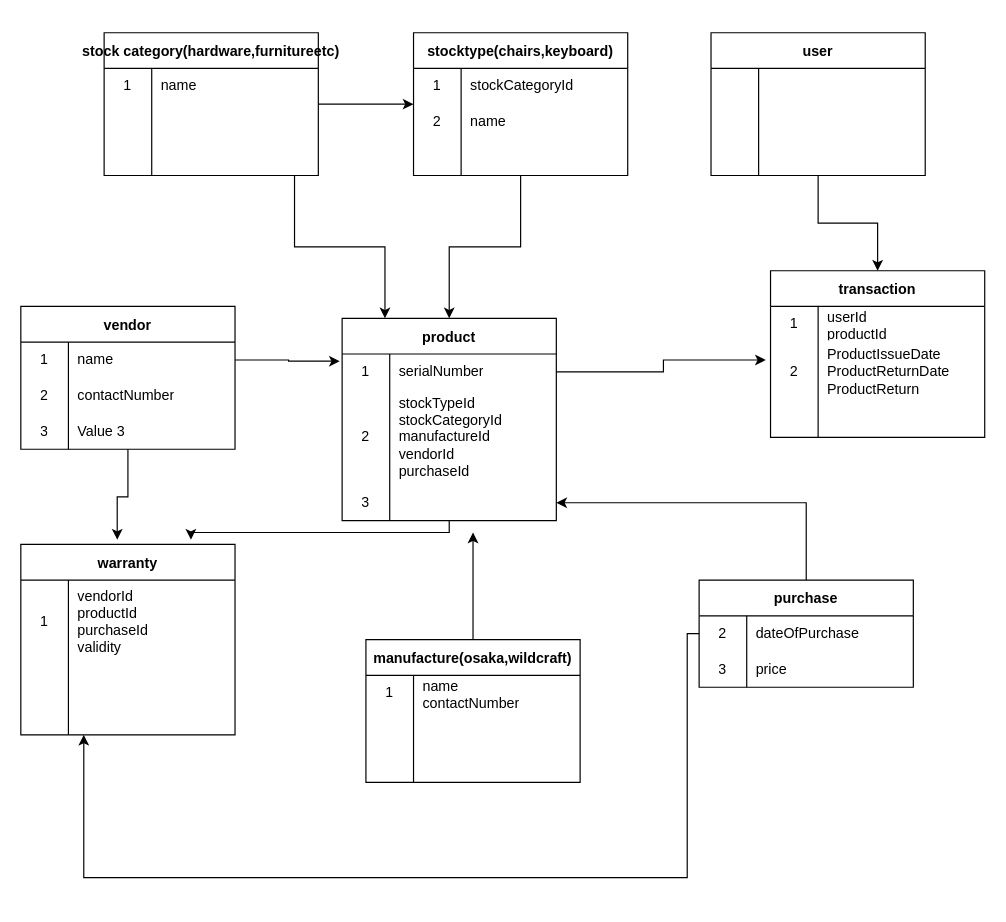
Before: recievable.drawio in zaryabali786/erdDiagram, a draw.io diagram. Source tidied: cells renumbered, new cells numbered last; positions are measured from the earlier drawing's top-left corner, leaving out a move shared by most shapes. Both pictures are drawn from the tidied source at 119%, with x=0, y=0 at pixel (20, 32).
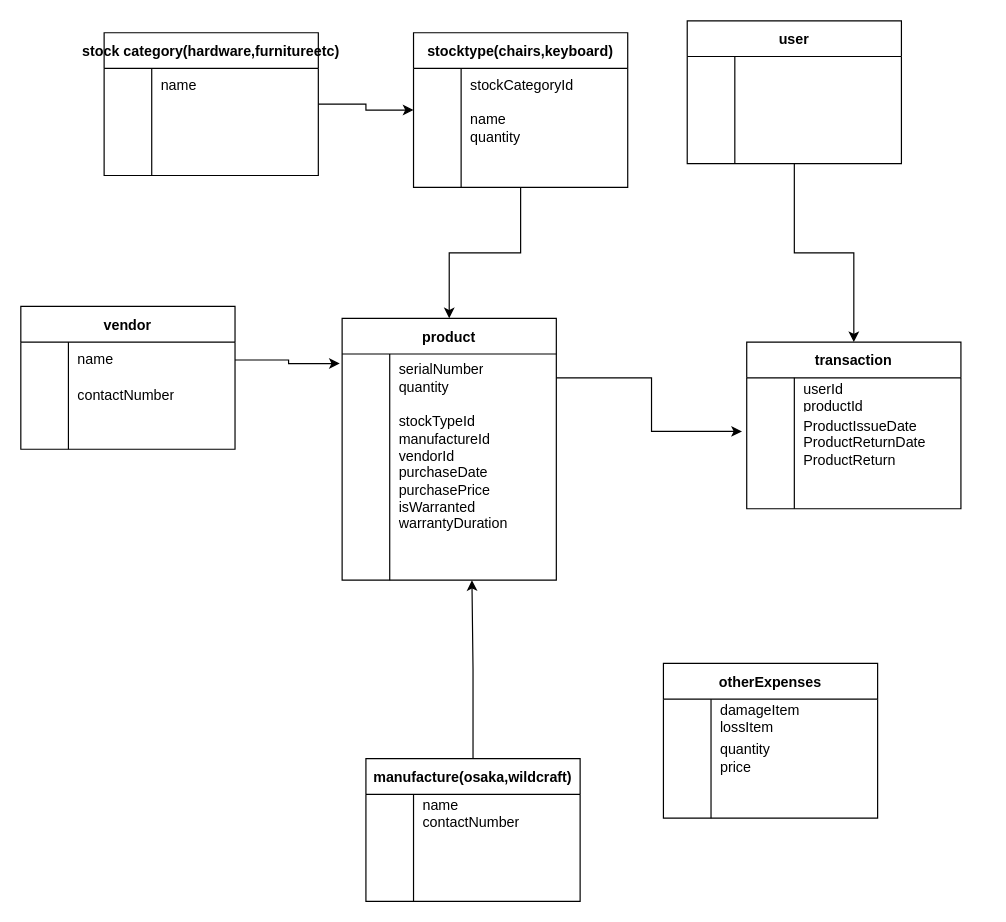
After the change.

The change refers to these unchanged cells:
```xml
<mxCell id="4" value="stock category(hardware,furnitureetc)" style="shape=table;startSize=30;childLayout=tableLayout;rowLines=0;fontStyle=1;" parent="1" vertex="1">
  <mxGeometry x="70" width="180" height="120" as="geometry" />
</mxCell>
<mxCell id="5" style="shape=tableRow;horizontal=0;startSize=0;swimlaneHead=0;swimlaneBody=0;top=0;left=0;bottom=0;right=0;fillColor=none;" parent="4" vertex="1">
  <mxGeometry y="30" width="180" height="30" as="geometry" />
</mxCell>
<mxCell id="16" style="shape=tableRow;horizontal=0;startSize=0;swimlaneHead=0;swimlaneBody=0;top=0;left=0;bottom=0;right=0;fillColor=none;" parent="15" vertex="1">
  <mxGeometry y="30" width="180" height="30" as="geometry" />
</mxCell>
<mxCell id="36" value="vendor" style="shape=table;startSize=30;childLayout=tableLayout;rowLines=0;fontStyle=1;" parent="1" vertex="1">
  <mxGeometry y="230" width="180" height="120" as="geometry" />
</mxCell>
<mxCell id="37" style="shape=tableRow;horizontal=0;startSize=0;swimlaneHead=0;swimlaneBody=0;top=0;left=0;bottom=0;right=0;fillColor=none;points=[[0,0.5],[1,0.5]];portConstraint=eastwest;" parent="36" vertex="1">
  <mxGeometry y="30" width="180" height="30" as="geometry" />
</mxCell>
<mxCell id="40" style="shape=tableRow;horizontal=0;startSize=0;swimlaneHead=0;swimlaneBody=0;top=0;left=0;bottom=0;right=0;fillColor=none;" parent="36" vertex="1">
  <mxGeometry y="60" width="180" height="30" as="geometry" />
</mxCell>
<mxCell id="43" style="shape=tableRow;horizontal=0;startSize=0;swimlaneHead=0;swimlaneBody=0;top=0;left=0;bottom=0;right=0;fillColor=none;" parent="36" vertex="1">
  <mxGeometry y="90" width="180" height="30" as="geometry" />
</mxCell>
<mxCell id="58" style="shape=tableRow;horizontal=0;startSize=0;swimlaneHead=0;swimlaneBody=0;top=0;left=0;bottom=0;right=0;fillColor=none;" parent="57" vertex="1">
  <mxGeometry y="30" width="180" height="30" as="geometry" />
</mxCell>
<mxCell id="77" style="shape=tableRow;horizontal=0;startSize=0;swimlaneHead=0;swimlaneBody=0;top=0;left=0;bottom=0;right=0;fillColor=none;" parent="76" vertex="1">
  <mxGeometry y="30" width="180" height="30" as="geometry" />
</mxCell>
<mxCell id="80" style="shape=tableRow;horizontal=0;startSize=0;swimlaneHead=0;swimlaneBody=0;top=0;left=0;bottom=0;right=0;fillColor=none;points=[[0,0.5],[1,0.5]];portConstraint=eastwest;" parent="76" vertex="1">
  <mxGeometry y="60" width="180" height="50" as="geometry" />
</mxCell>
```

The edit, as a diff of the source:
```diff
@@
-    <mxCell id="3" style="edgeStyle=orthogonalEdgeStyle;rounded=0;jettySize=auto;html=1;entryX=0.2;entryY=0;entryDx=0;entryDy=0;entryPerimeter=0;" parent="1" edge="1" source="4" target="25">
-      <mxGeometry relative="1" as="geometry">
-        <Array as="points">
-          <mxPoint x="230" y="180" />
-          <mxPoint x="306" y="180" />
-        </Array>
-      </mxGeometry>
-    </mxCell>
@@
-    <mxCell id="6" value="1" style="shape=partialRectangle;html=1;whiteSpace=wrap;fillColor=none;top=0;left=0;bottom=0;right=0;overflow=hidden;" parent="5" vertex="1">
+    <mxCell id="6" style="shape=partialRectangle;html=1;whiteSpace=wrap;fillColor=none;top=0;left=0;bottom=0;right=0;overflow=hidden;" parent="5" vertex="1">
       <mxGeometry width="40" height="30" as="geometry" />
     </mxCell>
@@
     <mxCell id="15" value="stocktype(chairs,keyboard)" style="shape=table;startSize=30;childLayout=tableLayout;rowLines=0;fontStyle=1;" parent="1" vertex="1">
-      <mxGeometry x="330" width="180" height="120" as="geometry" />
+      <mxGeometry x="330" width="180" height="130" as="geometry" />
     </mxCell>
@@
-    <mxCell id="17" value="1" style="shape=partialRectangle;html=1;whiteSpace=wrap;fillColor=none;top=0;left=0;bottom=0;right=0;overflow=hidden;" parent="16" vertex="1">
+    <mxCell id="17" style="shape=partialRectangle;html=1;whiteSpace=wrap;fillColor=none;top=0;left=0;bottom=0;right=0;overflow=hidden;" parent="16" vertex="1">
       <mxGeometry width="40" height="30" as="geometry" />
     </mxCell>
@@
     <mxCell id="19" style="shape=tableRow;horizontal=0;startSize=0;swimlaneHead=0;swimlaneBody=0;top=0;left=0;bottom=0;right=0;fillColor=none;" parent="15" vertex="1">
-      <mxGeometry y="60" width="180" height="30" as="geometry" />
+      <mxGeometry y="60" width="180" height="40" as="geometry" />
     </mxCell>
-    <mxCell id="20" value="2" style="shape=partialRectangle;html=1;whiteSpace=wrap;fillColor=none;top=0;left=0;bottom=0;right=0;overflow=hidden;" parent="19" vertex="1">
-      <mxGeometry width="40" height="30" as="geometry" />
+    <mxCell id="20" style="shape=partialRectangle;html=1;whiteSpace=wrap;fillColor=none;top=0;left=0;bottom=0;right=0;overflow=hidden;" parent="19" vertex="1">
+      <mxGeometry width="40" height="40" as="geometry" />
     </mxCell>
-    <mxCell id="21" value="name" style="shape=partialRectangle;html=1;whiteSpace=wrap;fillColor=none;top=0;left=0;bottom=0;right=0;align=left;spacingLeft=6;overflow=hidden;" parent="19" vertex="1">
-      <mxGeometry x="40" width="140" height="30" as="geometry" />
+    <mxCell id="21" value="name&lt;br&gt;quantity" style="shape=partialRectangle;html=1;whiteSpace=wrap;fillColor=none;top=0;left=0;bottom=0;right=0;align=left;spacingLeft=6;overflow=hidden;" parent="19" vertex="1">
+      <mxGeometry x="40" width="140" height="40" as="geometry" />
     </mxCell>
     <mxCell id="22" style="shape=tableRow;horizontal=0;startSize=0;swimlaneHead=0;swimlaneBody=0;top=0;left=0;bottom=0;right=0;fillColor=none;" parent="15" vertex="1">
-      <mxGeometry y="90" width="180" height="30" as="geometry" />
+      <mxGeometry y="100" width="180" height="30" as="geometry" />
     </mxCell>
@@
     <mxCell id="25" value="product" style="shape=table;startSize=30;childLayout=tableLayout;rowLines=0;fontStyle=1;" parent="1" vertex="1">
-      <mxGeometry x="270" y="240" width="180" height="170" as="geometry" />
+      <mxGeometry x="270" y="240" width="180" height="220" as="geometry" />
     </mxCell>
     <mxCell id="26" style="shape=tableRow;horizontal=0;startSize=0;swimlaneHead=0;swimlaneBody=0;top=0;left=0;bottom=0;right=0;fillColor=none;points=[[0,0.5],[1,0.5]];portConstraint=eastwest;" parent="25" vertex="1">
-      <mxGeometry y="30" width="180" height="30" as="geometry" />
+      <mxGeometry y="30" width="180" height="40" as="geometry" />
     </mxCell>
-    <mxCell id="27" value="1" style="shape=partialRectangle;html=1;whiteSpace=wrap;fillColor=none;top=0;left=0;bottom=0;right=0;overflow=hidden;" parent="26" vertex="1">
-      <mxGeometry width="40" height="30" as="geometry" />
+    <mxCell id="27" style="shape=partialRectangle;html=1;whiteSpace=wrap;fillColor=none;top=0;left=0;bottom=0;right=0;overflow=hidden;" parent="26" vertex="1">
+      <mxGeometry width="40" height="40" as="geometry" />
     </mxCell>
-    <mxCell id="28" value="serialNumber" style="shape=partialRectangle;html=1;whiteSpace=wrap;fillColor=none;top=0;left=0;bottom=0;right=0;align=left;spacingLeft=6;overflow=hidden;" parent="26" vertex="1">
-      <mxGeometry x="40" width="140" height="30" as="geometry" />
+    <mxCell id="28" value="serialNumber&lt;br&gt;quantity" style="shape=partialRectangle;html=1;whiteSpace=wrap;fillColor=none;top=0;left=0;bottom=0;right=0;align=left;spacingLeft=6;overflow=hidden;" parent="26" vertex="1">
+      <mxGeometry x="40" width="140" height="40" as="geometry" />
     </mxCell>
     <mxCell id="29" style="shape=tableRow;horizontal=0;startSize=0;swimlaneHead=0;swimlaneBody=0;top=0;left=0;bottom=0;right=0;fillColor=none;" parent="25" vertex="1">
-      <mxGeometry y="60" width="180" height="80" as="geometry" />
+      <mxGeometry y="70" width="180" height="120" as="geometry" />
     </mxCell>
-    <mxCell id="30" value="2" style="shape=partialRectangle;html=1;whiteSpace=wrap;fillColor=none;top=0;left=0;bottom=0;right=0;overflow=hidden;" parent="29" vertex="1">
-      <mxGeometry width="40" height="80" as="geometry" />
+    <mxCell id="30" style="shape=partialRectangle;html=1;whiteSpace=wrap;fillColor=none;top=0;left=0;bottom=0;right=0;overflow=hidden;" parent="29" vertex="1">
+      <mxGeometry width="40" height="120" as="geometry" />
     </mxCell>
-    <mxCell id="31" value="stockTypeId&lt;br&gt;stockCategoryId&lt;br&gt;manufactureId&lt;br&gt;vendorId&lt;br&gt;purchaseId&lt;br&gt;" style="shape=partialRectangle;html=1;whiteSpace=wrap;fillColor=none;top=0;left=0;bottom=0;right=0;align=left;spacingLeft=6;overflow=hidden;" parent="29" vertex="1">
-      <mxGeometry x="40" width="140" height="80" as="geometry" />
+    <mxCell id="31" value="stockTypeId&lt;br&gt;manufactureId&lt;br&gt;vendorId&lt;br&gt;purchaseDate&lt;br&gt;purchasePrice&lt;br&gt;isWarranted&lt;br&gt;warrantyDuration" style="shape=partialRectangle;html=1;whiteSpace=wrap;fillColor=none;top=0;left=0;bottom=0;right=0;align=left;spacingLeft=6;overflow=hidden;" parent="29" vertex="1">
+      <mxGeometry x="40" width="140" height="120" as="geometry" />
     </mxCell>
     <mxCell id="32" style="shape=tableRow;horizontal=0;startSize=0;swimlaneHead=0;swimlaneBody=0;top=0;left=0;bottom=0;right=0;fillColor=none;points=[[0,0.5],[1,0.5]];portConstraint=eastwest;" parent="25" vertex="1">
-      <mxGeometry y="140" width="180" height="30" as="geometry" />
+      <mxGeometry y="190" width="180" height="30" as="geometry" />
     </mxCell>
-    <mxCell id="33" value="3" style="shape=partialRectangle;html=1;whiteSpace=wrap;fillColor=none;top=0;left=0;bottom=0;right=0;overflow=hidden;" parent="32" vertex="1">
+    <mxCell id="33" style="shape=partialRectangle;html=1;whiteSpace=wrap;fillColor=none;top=0;left=0;bottom=0;right=0;overflow=hidden;" parent="32" vertex="1">
       <mxGeometry width="40" height="30" as="geometry" />
     </mxCell>
@@
-    <mxCell id="35" style="edgeStyle=orthogonalEdgeStyle;rounded=0;jettySize=auto;html=1;entryX=0.45;entryY=-0.025;entryDx=0;entryDy=0;entryPerimeter=0;" parent="1" edge="1" source="36" target="46">
-      <mxGeometry relative="1" as="geometry" />
-    </mxCell>
@@
-    <mxCell id="38" value="1" style="shape=partialRectangle;html=1;whiteSpace=wrap;fillColor=none;top=0;left=0;bottom=0;right=0;overflow=hidden;" parent="37" vertex="1">
+    <mxCell id="38" style="shape=partialRectangle;html=1;whiteSpace=wrap;fillColor=none;top=0;left=0;bottom=0;right=0;overflow=hidden;" parent="37" vertex="1">
       <mxGeometry width="40" height="30" as="geometry" />
     </mxCell>
@@
-    <mxCell id="41" value="2" style="shape=partialRectangle;html=1;whiteSpace=wrap;fillColor=none;top=0;left=0;bottom=0;right=0;overflow=hidden;" parent="40" vertex="1">
+    <mxCell id="41" style="shape=partialRectangle;html=1;whiteSpace=wrap;fillColor=none;top=0;left=0;bottom=0;right=0;overflow=hidden;" parent="40" vertex="1">
       <mxGeometry width="40" height="30" as="geometry" />
     </mxCell>
@@
-    <mxCell id="44" value="3" style="shape=partialRectangle;html=1;whiteSpace=wrap;fillColor=none;top=0;left=0;bottom=0;right=0;overflow=hidden;" parent="43" vertex="1">
+    <mxCell id="44" style="shape=partialRectangle;html=1;whiteSpace=wrap;fillColor=none;top=0;left=0;bottom=0;right=0;overflow=hidden;" parent="43" vertex="1">
       <mxGeometry width="40" height="30" as="geometry" />
     </mxCell>
-    <mxCell id="45" value="Value 3" style="shape=partialRectangle;html=1;whiteSpace=wrap;fillColor=none;top=0;left=0;bottom=0;right=0;align=left;spacingLeft=6;overflow=hidden;" parent="43" vertex="1">
+    <mxCell id="45" style="shape=partialRectangle;html=1;whiteSpace=wrap;fillColor=none;top=0;left=0;bottom=0;right=0;align=left;spacingLeft=6;overflow=hidden;" parent="43" vertex="1">
       <mxGeometry x="40" width="140" height="30" as="geometry" />
     </mxCell>
-    <mxCell id="46" value="warranty" style="shape=table;startSize=30;childLayout=tableLayout;rowLines=0;fontStyle=1;" parent="1" vertex="1">
-      <mxGeometry y="430" width="180" height="160" as="geometry" />
-    </mxCell>
-    <mxCell id="47" style="shape=tableRow;horizontal=0;startSize=0;swimlaneHead=0;swimlaneBody=0;top=0;left=0;bottom=0;right=0;fillColor=none;" parent="46" vertex="1">
-      <mxGeometry y="30" width="180" height="70" as="geometry" />
-    </mxCell>
-    <mxCell id="48" value="1" style="shape=partialRectangle;html=1;whiteSpace=wrap;fillColor=none;top=0;left=0;bottom=0;right=0;overflow=hidden;" parent="47" vertex="1">
-      <mxGeometry width="40" height="70" as="geometry" />
-    </mxCell>
-    <mxCell id="49" value="vendorId&lt;br&gt;productId&lt;br&gt;purchaseId&lt;br&gt;validity" style="shape=partialRectangle;html=1;whiteSpace=wrap;fillColor=none;top=0;left=0;bottom=0;right=0;align=left;spacingLeft=6;overflow=hidden;" parent="47" vertex="1">
-      <mxGeometry x="40" width="140" height="70" as="geometry" />
-    </mxCell>
-    <mxCell id="50" style="shape=tableRow;horizontal=0;startSize=0;swimlaneHead=0;swimlaneBody=0;top=0;left=0;bottom=0;right=0;fillColor=none;" parent="46" vertex="1">
-      <mxGeometry y="100" width="180" height="30" as="geometry" />
-    </mxCell>
-    <mxCell id="51" style="shape=partialRectangle;html=1;whiteSpace=wrap;fillColor=none;top=0;left=0;bottom=0;right=0;overflow=hidden;" parent="50" vertex="1">
-      <mxGeometry width="40" height="30" as="geometry" />
-    </mxCell>
-    <mxCell id="52" style="shape=partialRectangle;html=1;whiteSpace=wrap;fillColor=none;top=0;left=0;bottom=0;right=0;align=left;spacingLeft=6;overflow=hidden;" parent="50" vertex="1">
-      <mxGeometry x="40" width="140" height="30" as="geometry" />
-    </mxCell>
-    <mxCell id="53" style="shape=tableRow;horizontal=0;startSize=0;swimlaneHead=0;swimlaneBody=0;top=0;left=0;bottom=0;right=0;fillColor=none;points=[[0,0.5],[1,0.5]];portConstraint=eastwest;" parent="46" vertex="1">
-      <mxGeometry y="130" width="180" height="30" as="geometry" />
-    </mxCell>
-    <mxCell id="54" style="shape=partialRectangle;html=1;whiteSpace=wrap;fillColor=none;top=0;left=0;bottom=0;right=0;overflow=hidden;" parent="53" vertex="1">
-      <mxGeometry width="40" height="30" as="geometry" />
-    </mxCell>
-    <mxCell id="55" style="shape=partialRectangle;html=1;whiteSpace=wrap;fillColor=none;top=0;left=0;bottom=0;right=0;align=left;spacingLeft=6;overflow=hidden;" parent="53" vertex="1">
-      <mxGeometry x="40" width="140" height="30" as="geometry" />
-    </mxCell>
-    <mxCell id="56" style="edgeStyle=orthogonalEdgeStyle;rounded=0;jettySize=auto;html=1;" parent="1" edge="1" source="57">
-      <mxGeometry relative="1" as="geometry">
-        <mxPoint x="380" y="420" as="targetPoint" />
-        <Array as="points">
-          <mxPoint x="380" y="420" />
-          <mxPoint x="380" y="420" />
-        </Array>
-      </mxGeometry>
-    </mxCell>
+    <mxCell id="100" style="edgeStyle=orthogonalEdgeStyle;rounded=0;jettySize=auto;html=1;entryX=0.606;entryY=1;entryDx=0;entryDy=0;entryPerimeter=0;" parent="1" edge="1" source="57" target="32">
+      <mxGeometry relative="1" as="geometry" />
+    </mxCell>
     <mxCell id="57" value="manufacture(osaka,wildcraft)" style="shape=table;startSize=30;childLayout=tableLayout;rowLines=0;fontStyle=1;" parent="1" vertex="1">
-      <mxGeometry x="290" y="510" width="180" height="120" as="geometry" />
+      <mxGeometry x="290" y="610" width="180" height="120" as="geometry" />
     </mxCell>
@@
-    <mxCell id="59" value="1" style="shape=partialRectangle;html=1;whiteSpace=wrap;fillColor=none;top=0;left=0;bottom=0;right=0;overflow=hidden;" parent="58" vertex="1">
+    <mxCell id="59" style="shape=partialRectangle;html=1;whiteSpace=wrap;fillColor=none;top=0;left=0;bottom=0;right=0;overflow=hidden;" parent="58" vertex="1">
       <mxGeometry width="40" height="30" as="geometry" />
     </mxCell>
@@
-    <mxCell id="67" style="edgeStyle=orthogonalEdgeStyle;rounded=0;jettySize=auto;html=1;entryX=0.294;entryY=1;entryDx=0;entryDy=0;entryPerimeter=0;" parent="1" edge="1" source="69" target="53">
-      <mxGeometry relative="1" as="geometry">
-        <Array as="points">
-          <mxPoint x="560" y="710" />
-          <mxPoint x="53" y="710" />
-        </Array>
-      </mxGeometry>
-    </mxCell>
-    <mxCell id="68" style="edgeStyle=orthogonalEdgeStyle;rounded=0;jettySize=auto;html=1;" parent="1" edge="1" source="69" target="32">
-      <mxGeometry relative="1" as="geometry" />
-    </mxCell>
-    <mxCell id="69" value="purchase" style="shape=table;startSize=30;childLayout=tableLayout;rowLines=0;fontStyle=1;" parent="1" vertex="1">
-      <mxGeometry x="570" y="460" width="180" height="90" as="geometry" />
-    </mxCell>
-    <mxCell id="70" style="shape=tableRow;horizontal=0;startSize=0;swimlaneHead=0;swimlaneBody=0;top=0;left=0;bottom=0;right=0;fillColor=none;" parent="69" vertex="1">
-      <mxGeometry y="30" width="180" height="30" as="geometry" />
-    </mxCell>
-    <mxCell id="71" value="2" style="shape=partialRectangle;html=1;whiteSpace=wrap;fillColor=none;top=0;left=0;bottom=0;right=0;overflow=hidden;" parent="70" vertex="1">
-      <mxGeometry width="40" height="30" as="geometry" />
-    </mxCell>
-    <mxCell id="72" value="dateOfPurchase" style="shape=partialRectangle;html=1;whiteSpace=wrap;fillColor=none;top=0;left=0;bottom=0;right=0;align=left;spacingLeft=6;overflow=hidden;" parent="70" vertex="1">
-      <mxGeometry x="40" width="140" height="30" as="geometry" />
-    </mxCell>
-    <mxCell id="73" style="shape=tableRow;horizontal=0;startSize=0;swimlaneHead=0;swimlaneBody=0;top=0;left=0;bottom=0;right=0;fillColor=none;" parent="69" vertex="1">
-      <mxGeometry y="60" width="180" height="30" as="geometry" />
-    </mxCell>
-    <mxCell id="74" value="3" style="shape=partialRectangle;html=1;whiteSpace=wrap;fillColor=none;top=0;left=0;bottom=0;right=0;overflow=hidden;" parent="73" vertex="1">
-      <mxGeometry width="40" height="30" as="geometry" />
-    </mxCell>
-    <mxCell id="75" value="price" style="shape=partialRectangle;html=1;whiteSpace=wrap;fillColor=none;top=0;left=0;bottom=0;right=0;align=left;spacingLeft=6;overflow=hidden;" parent="73" vertex="1">
-      <mxGeometry x="40" width="140" height="30" as="geometry" />
-    </mxCell>
     <mxCell id="76" value="transaction" style="shape=table;startSize=30;childLayout=tableLayout;rowLines=0;fontStyle=1;" parent="1" vertex="1">
-      <mxGeometry x="630" y="200" width="180" height="140" as="geometry" />
+      <mxGeometry x="610" y="260" width="180" height="140" as="geometry" />
     </mxCell>
@@
-    <mxCell id="78" value="1" style="shape=partialRectangle;html=1;whiteSpace=wrap;fillColor=none;top=0;left=0;bottom=0;right=0;overflow=hidden;" parent="77" vertex="1">
+    <mxCell id="78" style="shape=partialRectangle;html=1;whiteSpace=wrap;fillColor=none;top=0;left=0;bottom=0;right=0;overflow=hidden;" parent="77" vertex="1">
       <mxGeometry width="40" height="30" as="geometry" />
     </mxCell>
@@
-    <mxCell id="81" value="2" style="shape=partialRectangle;html=1;whiteSpace=wrap;fillColor=none;top=0;left=0;bottom=0;right=0;overflow=hidden;" parent="80" vertex="1">
+    <mxCell id="81" style="shape=partialRectangle;html=1;whiteSpace=wrap;fillColor=none;top=0;left=0;bottom=0;right=0;overflow=hidden;" parent="80" vertex="1">
       <mxGeometry width="40" height="50" as="geometry" />
     </mxCell>
@@
-    <mxCell id="87" style="edgeStyle=orthogonalEdgeStyle;rounded=0;jettySize=auto;html=1;entryX=0.794;entryY=-0.025;entryDx=0;entryDy=0;entryPerimeter=0;" parent="1" edge="1" source="32" target="46">
-      <mxGeometry relative="1" as="geometry">
-        <Array as="points">
-          <mxPoint x="360" y="420" />
-          <mxPoint x="143" y="420" />
-        </Array>
-      </mxGeometry>
-    </mxCell>
@@
     <mxCell id="90" value="user" style="shape=table;startSize=30;childLayout=tableLayout;rowLines=0;fontStyle=1;" parent="1" vertex="1">
-      <mxGeometry x="580" width="180" height="120" as="geometry" />
+      <mxGeometry x="560" y="-10" width="180" height="120" as="geometry" />
     </mxCell>
@@
+    <mxCell id="101" value="otherExpenses" style="shape=table;startSize=30;childLayout=tableLayout;rowLines=0;fontStyle=1;" parent="1" vertex="1">
+      <mxGeometry x="540" y="530" width="180" height="130" as="geometry" />
+    </mxCell>
+    <mxCell id="70" style="shape=tableRow;horizontal=0;startSize=0;swimlaneHead=0;swimlaneBody=0;top=0;left=0;bottom=0;right=0;fillColor=none;" parent="101" vertex="1">
+      <mxGeometry y="30" width="180" height="30" as="geometry" />
+    </mxCell>
+    <mxCell id="102" style="shape=partialRectangle;html=1;whiteSpace=wrap;fillColor=none;top=0;left=0;bottom=0;right=0;overflow=hidden;" parent="70" vertex="1">
+      <mxGeometry width="40" height="30" as="geometry" />
+    </mxCell>
+    <mxCell id="103" value="damageItem&lt;br&gt;lossItem" style="shape=partialRectangle;html=1;whiteSpace=wrap;fillColor=none;top=0;left=0;bottom=0;right=0;align=left;spacingLeft=6;overflow=hidden;" parent="70" vertex="1">
+      <mxGeometry x="40" width="140" height="30" as="geometry" />
+    </mxCell>
+    <mxCell id="104" style="shape=tableRow;horizontal=0;startSize=0;swimlaneHead=0;swimlaneBody=0;top=0;left=0;bottom=0;right=0;fillColor=none;" parent="101" vertex="1">
+      <mxGeometry y="60" width="180" height="40" as="geometry" />
+    </mxCell>
+    <mxCell id="105" style="shape=partialRectangle;html=1;whiteSpace=wrap;fillColor=none;top=0;left=0;bottom=0;right=0;overflow=hidden;" parent="104" vertex="1">
+      <mxGeometry width="40" height="40" as="geometry" />
+    </mxCell>
+    <mxCell id="106" value="quantity&lt;br&gt;price" style="shape=partialRectangle;html=1;whiteSpace=wrap;fillColor=none;top=0;left=0;bottom=0;right=0;align=left;spacingLeft=6;overflow=hidden;" parent="104" vertex="1">
+      <mxGeometry x="40" width="140" height="40" as="geometry" />
+    </mxCell>
+    <mxCell id="50" style="shape=tableRow;horizontal=0;startSize=0;swimlaneHead=0;swimlaneBody=0;top=0;left=0;bottom=0;right=0;fillColor=none;" parent="101" vertex="1">
+      <mxGeometry y="100" width="180" height="30" as="geometry" />
+    </mxCell>
+    <mxCell id="107" style="shape=partialRectangle;html=1;whiteSpace=wrap;fillColor=none;top=0;left=0;bottom=0;right=0;overflow=hidden;" parent="50" vertex="1">
+      <mxGeometry width="40" height="30" as="geometry" />
+    </mxCell>
+    <mxCell id="108" style="shape=partialRectangle;html=1;whiteSpace=wrap;fillColor=none;top=0;left=0;bottom=0;right=0;align=left;spacingLeft=6;overflow=hidden;" parent="50" vertex="1">
+      <mxGeometry x="40" width="140" height="30" as="geometry" />
+    </mxCell>
```
